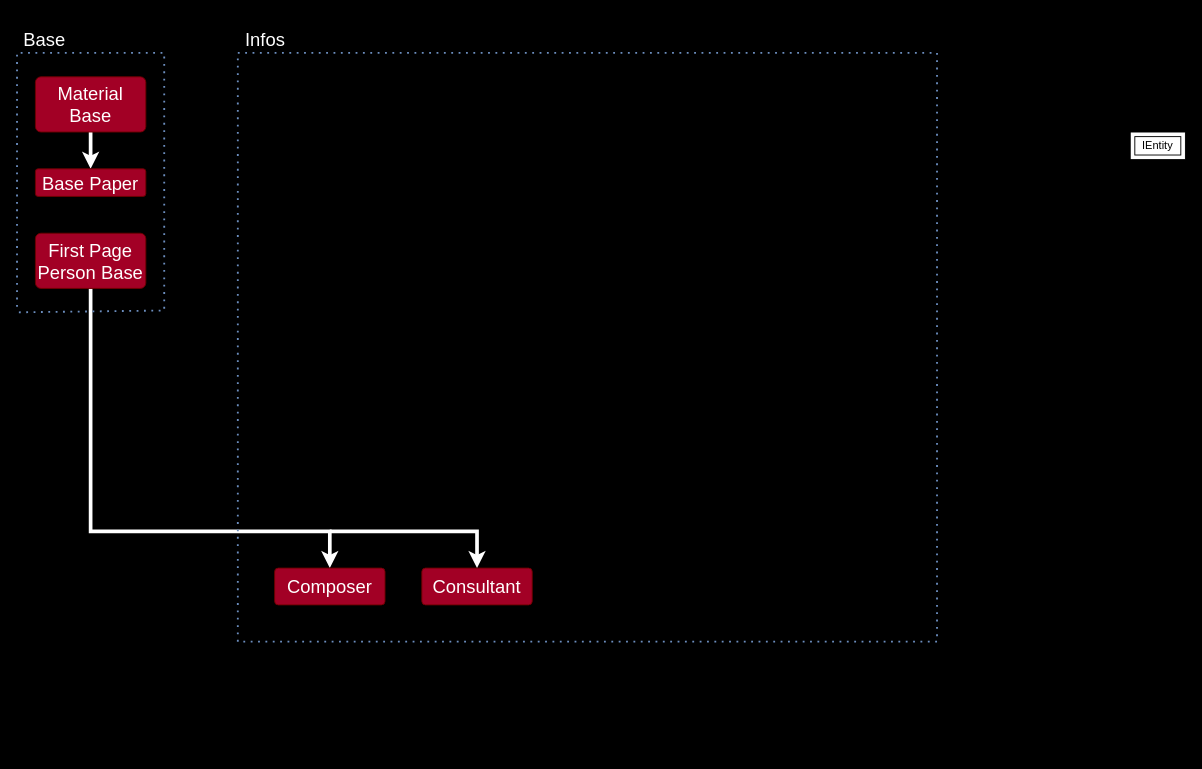
Earlier version of the draw.io diagram LRMS Schematic.drawio (FurkanHuman/LRMS). Source tidied: cells renumbered, new cells numbered last; positions are measured from the earlier drawing's top-left corner, leaving out a move shared by most shapes. Both pictures are drawn from the tidied source at 92%, with x=0, y=0 at pixel (17, 25).
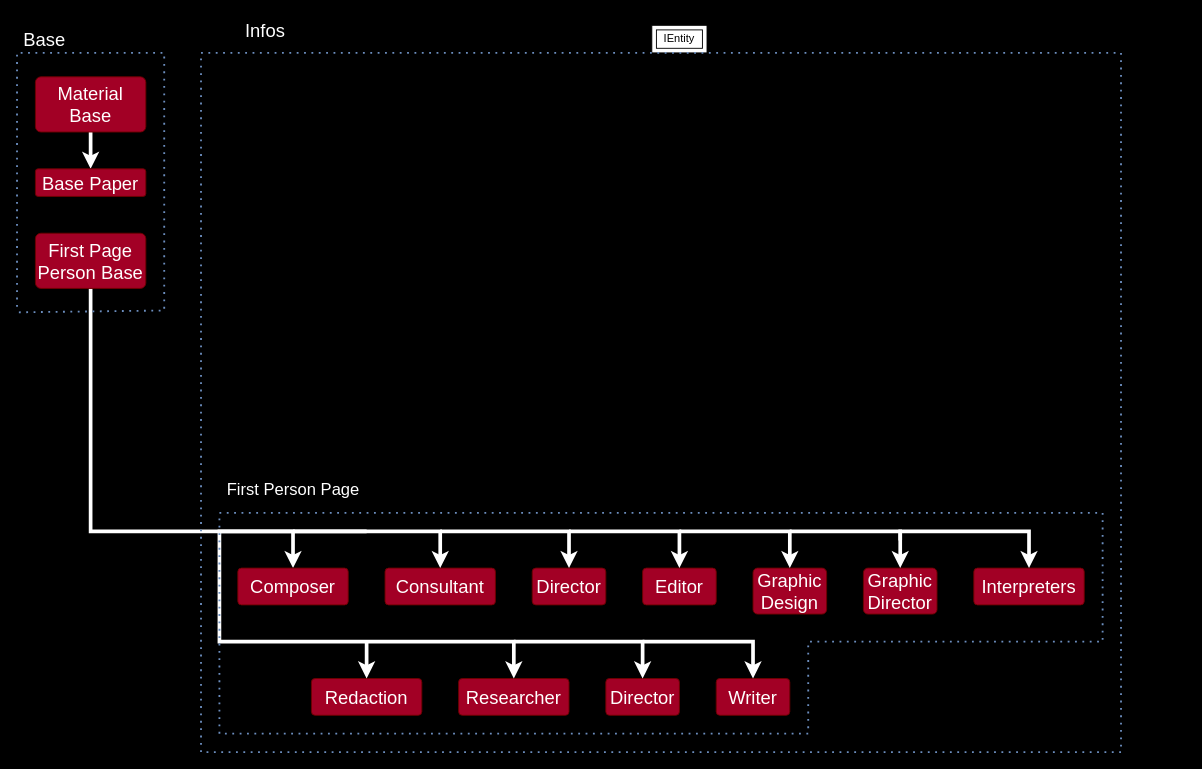
After the change.

The change refers to these unchanged cells:
```xml
<mxCell id="6" value="First Page Person Base" style="rounded=1;arcSize=10;whiteSpace=wrap;html=1;align=center;fontSize=20;fillColor=#a20025;strokeColor=#6F0000;fontColor=#ffffff;" parent="1" vertex="1">
  <mxGeometry x="20" y="226" width="120" height="60" as="geometry" />
</mxCell>
```

Diff of the diagram source:
```diff
@@
     <mxCell id="2" value="IEntity" style="shape=ext;margin=3;double=1;whiteSpace=wrap;html=1;align=center;" parent="1" vertex="1">
-      <mxGeometry x="1210" y="116" width="60" height="30" as="geometry" />
+      <mxGeometry x="690" width="60" height="30" as="geometry" />
     </mxCell>
@@
     <mxCell id="5" style="edgeStyle=orthogonalEdgeStyle;rounded=0;jumpSize=13;jettySize=auto;html=1;entryX=0.5;entryY=0;entryDx=0;entryDy=0;strokeColor=#FFFFFF;strokeWidth=4;" parent="1" edge="1" source="6" target="12">
       <mxGeometry relative="1" as="geometry">
         <Array as="points">
           <mxPoint x="80" y="550" />
-          <mxPoint x="340" y="550" />
+          <mxPoint x="300" y="550" />
         </Array>
       </mxGeometry>
     </mxCell>
@@
     <mxCell id="7" value="Infos" style="text;html=1;strokeColor=none;fillColor=none;align=center;verticalAlign=middle;whiteSpace=wrap;rounded=0;fontSize=20;fontColor=#FFFFFF;" parent="1" vertex="1">
-      <mxGeometry x="240" width="60" height="30" as="geometry" />
+      <mxGeometry x="240" y="-10" width="60" height="30" as="geometry" />
     </mxCell>
-    <mxCell id="8" style="endArrow=none;dashed=1;html=1;dashPattern=1 3;strokeWidth=2;rounded=0;fontColor=#FFFFFF;labelBackgroundColor=#000000;fillColor=#dae8fc;strokeColor=#6c8ebf;" parent="1" edge="1">
-      <mxGeometry relative="1" as="geometry">
-        <mxPoint x="240" y="670" as="sourcePoint" />
-        <mxPoint x="240" y="670" as="targetPoint" />
-        <Array as="points">
-          <mxPoint x="240" y="30" />
-          <mxPoint x="640" y="30" />
-          <mxPoint x="1000" y="30" />
-          <mxPoint x="1000" y="670" />
-        </Array>
-      </mxGeometry>
-    </mxCell>
@@
     <mxCell id="12" value="Composer" style="rounded=1;arcSize=10;whiteSpace=wrap;html=1;align=center;fontSize=20;fillColor=#a20025;strokeColor=#6F0000;fontColor=#ffffff;" parent="1" vertex="1">
-      <mxGeometry x="280" y="590" width="120" height="40" as="geometry" />
+      <mxGeometry x="240" y="590" width="120" height="40" as="geometry" />
     </mxCell>
     <mxCell id="13" value="Consultant" style="rounded=1;arcSize=10;whiteSpace=wrap;html=1;align=center;fontSize=20;fillColor=#a20025;strokeColor=#6F0000;fontColor=#ffffff;" parent="1" vertex="1">
-      <mxGeometry x="440" y="590" width="120" height="40" as="geometry" />
+      <mxGeometry x="400" y="590" width="120" height="40" as="geometry" />
     </mxCell>
     <mxCell id="14" style="edgeStyle=orthogonalEdgeStyle;rounded=0;jumpSize=13;jettySize=auto;html=1;entryX=0.5;entryY=0;entryDx=0;entryDy=0;strokeColor=#FFFFFF;strokeWidth=4;" parent="1" edge="1" target="13">
       <mxGeometry relative="1" as="geometry">
-        <mxPoint x="340" y="550" as="sourcePoint" />
+        <mxPoint x="300" y="550" as="sourcePoint" />
         <Array as="points">
-          <mxPoint x="340" y="550" />
-          <mxPoint x="500" y="550" />
+          <mxPoint x="460" y="550" />
         </Array>
       </mxGeometry>
     </mxCell>
+    <mxCell id="15" value="Director" style="rounded=1;arcSize=10;whiteSpace=wrap;html=1;align=center;fontSize=20;fillColor=#a20025;strokeColor=#6F0000;fontColor=#ffffff;" parent="1" vertex="1">
+      <mxGeometry x="560" y="590" width="80" height="40" as="geometry" />
+    </mxCell>
+    <mxCell id="16" value="Editor" style="rounded=1;arcSize=10;whiteSpace=wrap;html=1;align=center;fontSize=20;fillColor=#a20025;strokeColor=#6F0000;fontColor=#ffffff;" parent="1" vertex="1">
+      <mxGeometry x="680" y="590" width="80" height="40" as="geometry" />
+    </mxCell>
+    <mxCell id="17" value="Graphic&lt;br&gt;Design" style="rounded=1;arcSize=10;whiteSpace=wrap;html=1;align=center;fontSize=20;fillColor=#a20025;strokeColor=#6F0000;fontColor=#ffffff;" parent="1" vertex="1">
+      <mxGeometry x="800" y="590" width="80" height="50" as="geometry" />
+    </mxCell>
+    <mxCell id="18" value="Graphic Director" style="rounded=1;arcSize=10;whiteSpace=wrap;html=1;align=center;fontSize=20;fillColor=#a20025;strokeColor=#6F0000;fontColor=#ffffff;" parent="1" vertex="1">
+      <mxGeometry x="920" y="590" width="80" height="50" as="geometry" />
+    </mxCell>
+    <mxCell id="19" value="Interpreters" style="rounded=1;arcSize=10;whiteSpace=wrap;html=1;align=center;fontSize=20;fillColor=#a20025;strokeColor=#6F0000;fontColor=#ffffff;" parent="1" vertex="1">
+      <mxGeometry x="1040" y="590" width="120" height="40" as="geometry" />
+    </mxCell>
+    <mxCell id="20" style="endArrow=none;dashed=1;html=1;dashPattern=1 3;strokeWidth=2;rounded=0;fontColor=#FFFFFF;labelBackgroundColor=#000000;fillColor=#dae8fc;strokeColor=#6c8ebf;" parent="1" edge="1">
+      <mxGeometry relative="1" as="geometry">
+        <mxPoint x="200" y="790" as="sourcePoint" />
+        <mxPoint x="200" y="790" as="targetPoint" />
+        <Array as="points">
+          <mxPoint x="200" y="30" />
+          <mxPoint x="1200" y="30" />
+          <mxPoint x="1200" y="790" />
+        </Array>
+      </mxGeometry>
+    </mxCell>
+    <mxCell id="21" style="edgeStyle=orthogonalEdgeStyle;rounded=0;jumpSize=13;orthogonalLoop=1;jettySize=auto;html=1;entryX=0.5;entryY=0;entryDx=0;entryDy=0;strokeColor=#FFFFFF;strokeWidth=4;" parent="1" edge="1">
+      <mxGeometry relative="1" as="geometry">
+        <mxPoint x="460" y="550" as="sourcePoint" />
+        <mxPoint x="600" y="590" as="targetPoint" />
+        <Array as="points">
+          <mxPoint x="600" y="550" />
+        </Array>
+      </mxGeometry>
+    </mxCell>
+    <mxCell id="22" style="edgeStyle=orthogonalEdgeStyle;rounded=0;jumpSize=13;jettySize=auto;html=1;strokeColor=#FFFFFF;strokeWidth=4;entryX=0.5;entryY=0;entryDx=0;entryDy=0;" parent="1" edge="1" target="16">
+      <mxGeometry relative="1" as="geometry">
+        <mxPoint x="600" y="550" as="sourcePoint" />
+        <Array as="points">
+          <mxPoint x="720" y="550" />
+        </Array>
+      </mxGeometry>
+    </mxCell>
+    <mxCell id="23" style="edgeStyle=orthogonalEdgeStyle;rounded=0;jumpSize=13;jettySize=auto;html=1;entryX=0.5;entryY=0;entryDx=0;entryDy=0;strokeColor=#FFFFFF;strokeWidth=4;" parent="1" edge="1" target="17">
+      <mxGeometry relative="1" as="geometry">
+        <mxPoint x="720" y="550" as="sourcePoint" />
+        <Array as="points">
+          <mxPoint x="840" y="550" />
+        </Array>
+      </mxGeometry>
+    </mxCell>
+    <mxCell id="24" style="edgeStyle=orthogonalEdgeStyle;rounded=0;jumpSize=13;jettySize=auto;html=1;entryX=0.5;entryY=0;entryDx=0;entryDy=0;strokeColor=#FFFFFF;strokeWidth=4;" parent="1" edge="1" target="18">
+      <mxGeometry relative="1" as="geometry">
+        <mxPoint x="840" y="550" as="sourcePoint" />
+        <Array as="points">
+          <mxPoint x="960" y="550" />
+        </Array>
+      </mxGeometry>
+    </mxCell>
+    <mxCell id="25" style="edgeStyle=orthogonalEdgeStyle;rounded=0;jumpSize=13;jettySize=auto;html=1;entryX=0.5;entryY=0;entryDx=0;entryDy=0;strokeColor=#FFFFFF;strokeWidth=4;" parent="1" edge="1" target="19">
+      <mxGeometry relative="1" as="geometry">
+        <mxPoint x="960" y="560" as="sourcePoint" />
+        <Array as="points">
+          <mxPoint x="960" y="550" />
+          <mxPoint x="1100" y="550" />
+        </Array>
+      </mxGeometry>
+    </mxCell>
+    <mxCell id="26" value="Redaction" style="rounded=1;arcSize=10;whiteSpace=wrap;html=1;align=center;fontSize=20;fillColor=#a20025;strokeColor=#6F0000;fontColor=#ffffff;" parent="1" vertex="1">
+      <mxGeometry x="320" y="710" width="120" height="40" as="geometry" />
+    </mxCell>
+    <mxCell id="27" value="Researcher" style="rounded=1;arcSize=10;whiteSpace=wrap;html=1;align=center;fontSize=20;fillColor=#a20025;strokeColor=#6F0000;fontColor=#ffffff;" parent="1" vertex="1">
+      <mxGeometry x="480" y="710" width="120" height="40" as="geometry" />
+    </mxCell>
+    <mxCell id="28" style="edgeStyle=orthogonalEdgeStyle;rounded=0;jumpSize=13;jettySize=auto;html=1;entryX=0.5;entryY=0;entryDx=0;entryDy=0;strokeColor=#FFFFFF;strokeWidth=4;" parent="1" edge="1" target="27">
+      <mxGeometry relative="1" as="geometry">
+        <mxPoint x="380" y="550" as="sourcePoint" />
+        <Array as="points">
+          <mxPoint x="220" y="550" />
+          <mxPoint x="220" y="670" />
+          <mxPoint x="540" y="670" />
+        </Array>
+      </mxGeometry>
+    </mxCell>
+    <mxCell id="29" value="Director" style="rounded=1;arcSize=10;whiteSpace=wrap;html=1;align=center;fontSize=20;fillColor=#a20025;strokeColor=#6F0000;fontColor=#ffffff;" parent="1" vertex="1">
+      <mxGeometry x="640" y="710" width="80" height="40" as="geometry" />
+    </mxCell>
+    <mxCell id="30" value="Writer" style="rounded=1;arcSize=10;whiteSpace=wrap;html=1;align=center;fontSize=20;fillColor=#a20025;strokeColor=#6F0000;fontColor=#ffffff;" parent="1" vertex="1">
+      <mxGeometry x="760" y="710" width="80" height="40" as="geometry" />
+    </mxCell>
+    <mxCell id="31" style="edgeStyle=orthogonalEdgeStyle;rounded=0;jumpSize=13;orthogonalLoop=1;jettySize=auto;html=1;entryX=0.5;entryY=0;entryDx=0;entryDy=0;strokeColor=#FFFFFF;strokeWidth=4;" parent="1" edge="1">
+      <mxGeometry relative="1" as="geometry">
+        <mxPoint x="540" y="670" as="sourcePoint" />
+        <mxPoint x="680" y="710" as="targetPoint" />
+        <Array as="points">
+          <mxPoint x="680" y="670" />
+        </Array>
+      </mxGeometry>
+    </mxCell>
+    <mxCell id="32" style="edgeStyle=orthogonalEdgeStyle;rounded=0;jumpSize=13;jettySize=auto;html=1;strokeColor=#FFFFFF;strokeWidth=4;entryX=0.5;entryY=0;entryDx=0;entryDy=0;" parent="1" edge="1" target="30">
+      <mxGeometry relative="1" as="geometry">
+        <mxPoint x="680" y="670" as="sourcePoint" />
+        <Array as="points">
+          <mxPoint x="800" y="670" />
+        </Array>
+      </mxGeometry>
+    </mxCell>
+    <mxCell id="33" style="edgeStyle=orthogonalEdgeStyle;rounded=0;jumpSize=13;jettySize=auto;html=1;entryX=0.5;entryY=0;entryDx=0;entryDy=0;strokeColor=#FFFFFF;strokeWidth=4;" parent="1" edge="1" target="26">
+      <mxGeometry relative="1" as="geometry">
+        <mxPoint x="380" y="670" as="sourcePoint" />
+        <Array as="points">
+          <mxPoint x="380" y="670" />
+        </Array>
+      </mxGeometry>
+    </mxCell>
+    <mxCell id="34" style="endArrow=none;dashed=1;html=1;dashPattern=1 3;strokeWidth=2;rounded=0;fontColor=#FFFFFF;labelBackgroundColor=#000000;fillColor=#dae8fc;strokeColor=#6c8ebf;" parent="1" edge="1">
+      <mxGeometry relative="1" as="geometry">
+        <mxPoint x="220" y="770" as="sourcePoint" />
+        <mxPoint x="220" y="770" as="targetPoint" />
+        <Array as="points">
+          <mxPoint x="220" y="530" />
+          <mxPoint x="1180" y="530" />
+          <mxPoint x="1180" y="670" />
+          <mxPoint x="860" y="670" />
+          <mxPoint x="860" y="770" />
+        </Array>
+      </mxGeometry>
+    </mxCell>
+    <mxCell id="35" value="First Person Page" style="text;html=1;align=center;verticalAlign=middle;strokeColor=none;fillColor=none;fontColor=#FFFFFF;fontSize=18;" parent="1" vertex="1">
+      <mxGeometry x="220" y="490" width="160" height="30" as="geometry" />
+    </mxCell>
```
